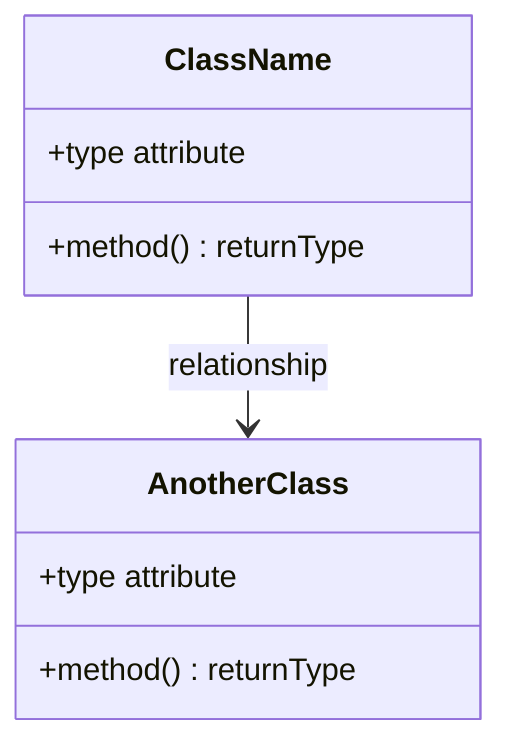
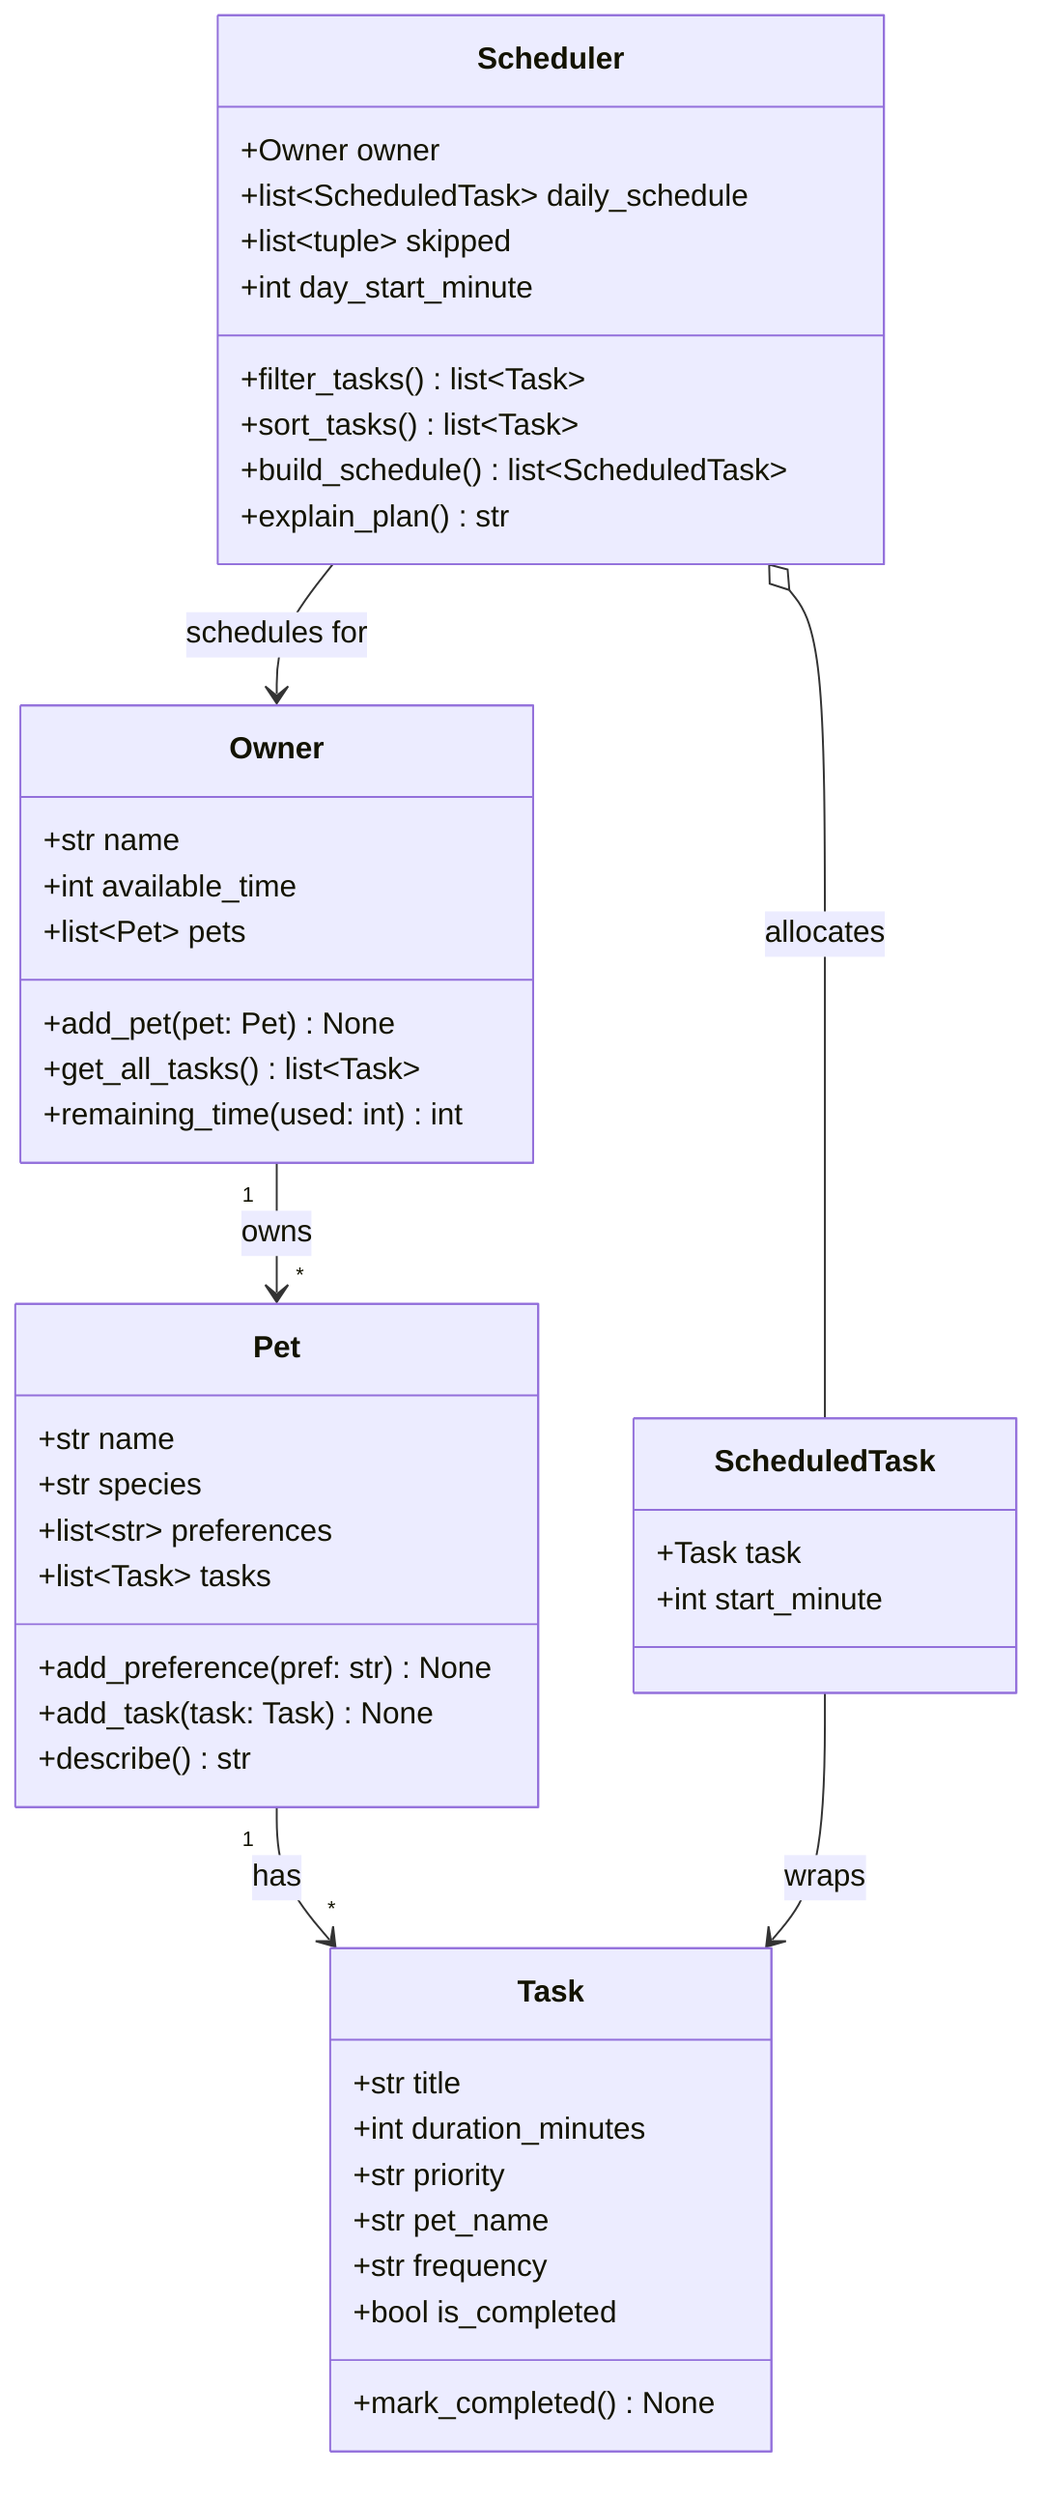
classDiagram
-     %% Replace the placeholders below with your actual classes, attributes, methods, and relationships.
+     %% PawPal+ class diagram
    %% Keep this file updated so it matches your final implementation.

-     class ClassName {
-         +type attribute
-         +method() returnType
+     class Task {
+         +str title
+         +int duration_minutes
+         +str priority
+         +str pet_name
+         +str frequency
+         +bool is_completed
+         +mark_completed() None
    }

-     class AnotherClass {
-         +type attribute
-         +method() returnType
+     class Pet {
+         +str name
+         +str species
+         +list~str~ preferences
+         +list~Task~ tasks
+         +add_preference(pref: str) None
+         +add_task(task: Task) None
+         +describe() str
    }

-     ClassName --> AnotherClass : relationship
+     class Owner {
+         +str name
+         +int available_time
+         +list~Pet~ pets
+         +add_pet(pet: Pet) None
+         +get_all_tasks() list~Task~
+         +remaining_time(used: int) int
+     }
+ 
+     class ScheduledTask {
+         +Task task
+         +int start_minute
+     }
+ 
+     class Scheduler {
+         +Owner owner
+         +list~ScheduledTask~ daily_schedule
+         +list~tuple~ skipped
+         +int day_start_minute
+         +filter_tasks() list~Task~
+         +sort_tasks() list~Task~
+         +build_schedule() list~ScheduledTask~
+         +explain_plan() str
+     }
+ 
+     Owner "1" --> "*" Pet : owns
+     Pet "1" --> "*" Task : has
+     Scheduler --> Owner : schedules for
+     Scheduler o-- ScheduledTask : allocates
+     ScheduledTask --> Task : wraps
